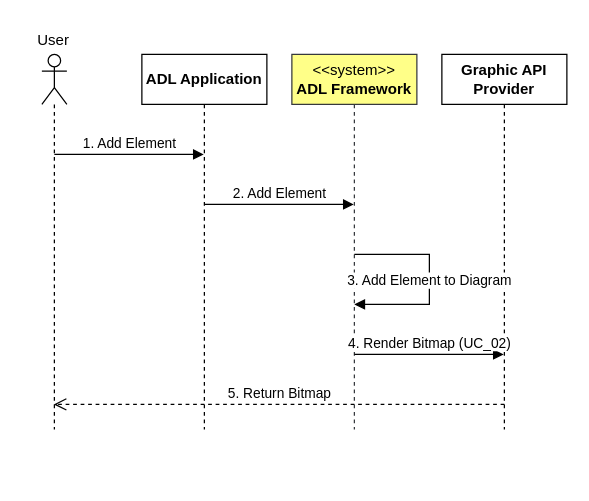
Above: drawio/UpdateElement.drawio in phunm211/SW-Associate-Architecture (draw.io), before the change. Source tidied: cells renumbered, new cells numbered last; positions are measured from the earlier drawing's top-left corner, leaving out a move shared by most shapes. Both pictures are drawn from the tidied source at 125%, with x=0, y=0 at pixel (21, 21).
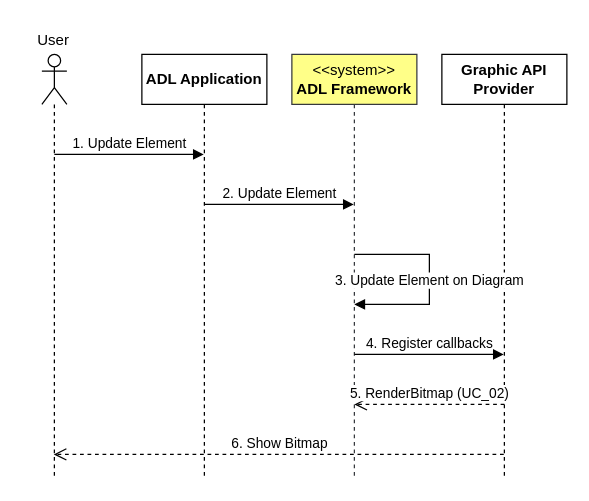
After the change.

The edit, as a diff of the source:
```diff
@@
 <mxGraphModel>
   <root>
     <mxCell id="0" />
     <mxCell id="1" parent="0" />
     <mxCell id="2" style="shape=umlLifeline;perimeter=lifelinePerimeter;whiteSpace=wrap;html=1;outlineConnect=0;portConstraint=eastwest;newEdgeStyle={&quot;curved&quot;:0,&quot;rounded&quot;:0};participant=umlActor;" parent="1" vertex="1">
-      <mxGeometry x="16" y="26" width="20" height="300" as="geometry" />
+      <mxGeometry x="16" y="26" width="20" height="340" as="geometry" />
     </mxCell>
     <mxCell id="3" value="ADL Application" style="shape=umlLifeline;perimeter=lifelinePerimeter;whiteSpace=wrap;html=1;outlineConnect=0;portConstraint=eastwest;newEdgeStyle={&quot;curved&quot;:0,&quot;rounded&quot;:0};fontStyle=1;" parent="1" vertex="1">
-      <mxGeometry x="96" y="26" width="100" height="300" as="geometry" />
+      <mxGeometry x="96" y="26" width="100" height="340" as="geometry" />
     </mxCell>
     <mxCell id="4" value="&amp;lt;&amp;lt;system&amp;gt;&amp;gt;&lt;br&gt;&lt;b&gt;ADL Framework&lt;/b&gt;" style="shape=umlLifeline;perimeter=lifelinePerimeter;whiteSpace=wrap;html=1;outlineConnect=0;portConstraint=eastwest;newEdgeStyle={&quot;curved&quot;:0,&quot;rounded&quot;:0};fillColor=#ffff88;strokeColor=#36393d;" parent="1" vertex="1">
-      <mxGeometry x="216" y="26" width="100" height="300" as="geometry" />
+      <mxGeometry x="216" y="26" width="100" height="340" as="geometry" />
     </mxCell>
     <mxCell id="5" value="&lt;b&gt;Graphic API Provider&lt;/b&gt;" style="shape=umlLifeline;perimeter=lifelinePerimeter;whiteSpace=wrap;html=1;outlineConnect=0;portConstraint=eastwest;newEdgeStyle={&quot;curved&quot;:0,&quot;rounded&quot;:0};" parent="1" vertex="1">
-      <mxGeometry x="336" y="26" width="100" height="300" as="geometry" />
+      <mxGeometry x="336" y="26" width="100" height="340" as="geometry" />
     </mxCell>
     <mxCell id="6" value="User" style="text;html=1;align=center;verticalAlign=middle;strokeColor=none;fillColor=none;" parent="1" vertex="1">
       <mxGeometry width="50" height="30" as="geometry" />
     </mxCell>
-    <mxCell id="7" value="1. Add Element" style="html=1;verticalAlign=bottom;endArrow=block;curved=0;rounded=0;" parent="1" edge="1" target="3">
+    <mxCell id="7" value="1. Update Element" style="html=1;verticalAlign=bottom;endArrow=block;curved=0;rounded=0;" parent="1" edge="1" target="3">
       <mxGeometry relative="1" as="geometry">
         <mxPoint x="26" y="106" as="sourcePoint" />
       </mxGeometry>
     </mxCell>
-    <mxCell id="8" value="2. Add Element" style="html=1;verticalAlign=bottom;endArrow=block;curved=0;rounded=0;" parent="1" edge="1" target="4">
+    <mxCell id="8" value="2. Update Element" style="html=1;verticalAlign=bottom;endArrow=block;curved=0;rounded=0;" parent="1" edge="1" target="4">
       <mxGeometry relative="1" as="geometry">
         <mxPoint x="146" y="146" as="sourcePoint" />
       </mxGeometry>
     </mxCell>
-    <mxCell id="9" value="3. Add Element to Diagram" style="html=1;verticalAlign=bottom;endArrow=block;rounded=0;edgeStyle=elbowEdgeStyle;" parent="1" edge="1">
+    <mxCell id="9" value="3. Update Element on Diagram" style="html=1;verticalAlign=bottom;endArrow=block;rounded=0;edgeStyle=elbowEdgeStyle;" parent="1" edge="1">
       <mxGeometry x="0.12" relative="1" as="geometry">
         <mxPoint x="266" y="186" as="sourcePoint" />
         <mxPoint x="266" y="226" as="targetPoint" />
         <Array as="points">
           <mxPoint x="326" y="206" />
         </Array>
       </mxGeometry>
     </mxCell>
-    <mxCell id="10" value="4. Render Bitmap (UC_02)" style="html=1;verticalAlign=bottom;endArrow=block;curved=0;rounded=0;" parent="1" edge="1" target="5">
+    <mxCell id="10" value="4. Register callbacks" style="html=1;verticalAlign=bottom;endArrow=block;curved=0;rounded=0;" parent="1" edge="1" target="5">
       <mxGeometry relative="1" as="geometry">
         <mxPoint x="266" y="266" as="sourcePoint" />
       </mxGeometry>
     </mxCell>
-    <mxCell id="11" value="5. Return Bitmap" style="html=1;verticalAlign=bottom;endArrow=open;dashed=1;endSize=8;curved=0;rounded=0;" parent="1" edge="1" target="2">
+    <mxCell id="11" value="5. RenderBitmap (UC_02)" style="html=1;verticalAlign=bottom;endArrow=open;dashed=1;endSize=8;curved=0;rounded=0;" parent="1" edge="1">
       <mxGeometry relative="1" as="geometry">
         <mxPoint x="386" y="306" as="sourcePoint" />
+        <mxPoint x="266" y="306" as="targetPoint" />
       </mxGeometry>
     </mxCell>
+    <mxCell id="12" value="6. Show Bitmap" style="html=1;verticalAlign=bottom;endArrow=open;dashed=1;endSize=8;curved=0;rounded=0;" parent="1" edge="1" source="5" target="2">
+      <mxGeometry relative="1" as="geometry">
+        <Array as="points">
+          <mxPoint x="216" y="346" />
+        </Array>
+      </mxGeometry>
+    </mxCell>
   </root>
 </mxGraphModel>
```
